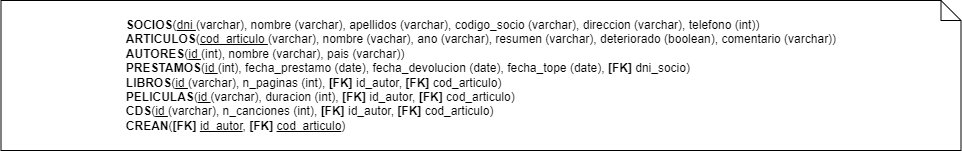
Earlier version of the draw.io export Ejercicio6/2_modelo_relacional.png (RobertoCarrera/rcsm-bc-bbdd-evolutivo-25_07_2023). Source tidied: cells renumbered, new cells last; positions are measured from the earlier drawing's top-left corner, leaving out a move shared by most shapes. The source it was exported from:
```xml
<mxGraphModel>
  <root>
    <mxCell id="0" />
    <mxCell id="1" parent="0" />
    <mxCell id="2" value="&lt;div style=&quot;text-align: justify;&quot;&gt;&lt;span style=&quot;background-color: initial;&quot;&gt;&lt;b&gt;SOCIOS&lt;/b&gt;(&lt;u&gt;dni &lt;/u&gt;(varchar), nombre (varchar), apellidos (varchar), codigo_socio (varchar), direccion (varchar), telefono (int))&lt;/span&gt;&lt;/div&gt;&lt;div style=&quot;text-align: justify;&quot;&gt;&lt;span style=&quot;background-color: initial;&quot;&gt;&lt;b&gt;ARTICULOS&lt;/b&gt;(&lt;u&gt;cod_articulo &lt;/u&gt;(varchar), nombre (vachar), ano (varchar), resumen (varchar), deteriorado (boolean), comentario (varchar))&lt;/span&gt;&lt;/div&gt;&lt;b style=&quot;border-color: var(--border-color);&quot;&gt;&lt;div style=&quot;text-align: left;&quot;&gt;&lt;b style=&quot;background-color: initial; border-color: var(--border-color);&quot;&gt;AUTORES&lt;/b&gt;&lt;span style=&quot;background-color: initial; font-weight: normal;&quot;&gt;(&lt;/span&gt;&lt;u style=&quot;background-color: initial; font-weight: normal; border-color: var(--border-color); text-align: justify;&quot;&gt;id&amp;nbsp;&lt;/u&gt;&lt;span style=&quot;background-color: initial; font-weight: normal; text-align: justify;&quot;&gt;(int), nombre (varchar), pais (varchar))&lt;/span&gt;&lt;/div&gt;&lt;/b&gt;&lt;div style=&quot;text-align: justify;&quot;&gt;&lt;span style=&quot;background-color: initial;&quot;&gt;&lt;b&gt;PRESTAMOS&lt;/b&gt;(&lt;u&gt;id &lt;/u&gt;(int), fecha_prestamo (date), fecha_devolucion (date), fecha_tope (date), &lt;b&gt;[FK]&lt;/b&gt; dni_socio)&lt;/span&gt;&lt;/div&gt;&lt;div style=&quot;text-align: justify;&quot;&gt;&lt;span style=&quot;background-color: initial;&quot;&gt;&lt;b&gt;LIBROS&lt;/b&gt;(&lt;u&gt;id &lt;/u&gt;(varchar), n_paginas (int), &lt;b&gt;[FK]&lt;/b&gt; id_autor, &lt;b&gt;[FK]&lt;/b&gt; cod_articulo)&lt;/span&gt;&lt;/div&gt;&lt;div style=&quot;text-align: justify;&quot;&gt;&lt;b&gt;PELICULAS&lt;/b&gt;(&lt;u&gt;id &lt;/u&gt;(varchar), duracion (int),&amp;nbsp;&lt;b style=&quot;text-align: left; background-color: initial; border-color: var(--border-color);&quot;&gt;[FK]&lt;/b&gt;&lt;span style=&quot;background-color: initial;&quot;&gt;&amp;nbsp;id_autor,&amp;nbsp;&lt;/span&gt;&lt;b style=&quot;background-color: initial; border-color: var(--border-color);&quot;&gt;[FK]&lt;/b&gt;&lt;span style=&quot;background-color: initial;&quot;&gt;&amp;nbsp;cod_articulo&lt;/span&gt;&lt;span style=&quot;background-color: initial;&quot;&gt;)&lt;/span&gt;&lt;/div&gt;&lt;div style=&quot;text-align: justify;&quot;&gt;&lt;b&gt;CDS&lt;/b&gt;(&lt;u&gt;id &lt;/u&gt;(varchar), n_canciones (int),&amp;nbsp;&lt;b style=&quot;text-align: left; background-color: initial; border-color: var(--border-color);&quot;&gt;[FK]&lt;/b&gt;&lt;span style=&quot;background-color: initial;&quot;&gt;&amp;nbsp;id_autor,&amp;nbsp;&lt;/span&gt;&lt;b style=&quot;background-color: initial; border-color: var(--border-color);&quot;&gt;[FK]&lt;/b&gt;&lt;span style=&quot;background-color: initial;&quot;&gt;&amp;nbsp;cod_articulo&lt;/span&gt;&lt;span style=&quot;background-color: initial;&quot;&gt;)&lt;/span&gt;&lt;/div&gt;&lt;div style=&quot;text-align: justify;&quot;&gt;&lt;b&gt;CREAN&lt;/b&gt;(&lt;b style=&quot;border-color: var(--border-color);&quot;&gt;[FK]&lt;/b&gt;&amp;nbsp;&lt;u&gt;id_autor&lt;/u&gt;,&amp;nbsp;&lt;b style=&quot;border-color: var(--border-color);&quot;&gt;[FK]&lt;/b&gt;&amp;nbsp;&lt;u&gt;cod_articulo&lt;/u&gt;)&lt;/div&gt;" style="shape=note;size=20;whiteSpace=wrap;html=1;align=center;" parent="1" vertex="1">
      <mxGeometry x="0.5" width="960" height="150" as="geometry" />
    </mxCell>
  </root>
</mxGraphModel>
```
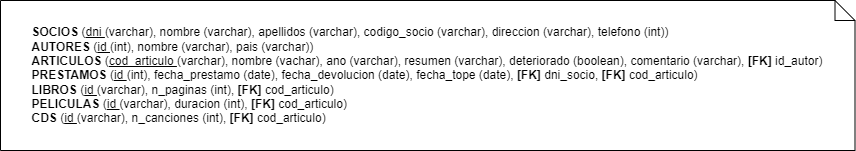
The same file after the commit.

What changed in the source:
```diff
@@ -2,8 +2,8 @@
   <root>
     <mxCell id="0" />
     <mxCell id="1" parent="0" />
-    <mxCell id="2" value="&lt;div style=&quot;text-align: justify;&quot;&gt;&lt;span style=&quot;background-color: initial;&quot;&gt;&lt;b&gt;SOCIOS&lt;/b&gt;(&lt;u&gt;dni &lt;/u&gt;(varchar), nombre (varchar), apellidos (varchar), codigo_socio (varchar), direccion (varchar), telefono (int))&lt;/span&gt;&lt;/div&gt;&lt;div style=&quot;text-align: justify;&quot;&gt;&lt;span style=&quot;background-color: initial;&quot;&gt;&lt;b&gt;ARTICULOS&lt;/b&gt;(&lt;u&gt;cod_articulo &lt;/u&gt;(varchar), nombre (vachar), ano (varchar), resumen (varchar), deteriorado (boolean), comentario (varchar))&lt;/span&gt;&lt;/div&gt;&lt;b style=&quot;border-color: var(--border-color);&quot;&gt;&lt;div style=&quot;text-align: left;&quot;&gt;&lt;b style=&quot;background-color: initial; border-color: var(--border-color);&quot;&gt;AUTORES&lt;/b&gt;&lt;span style=&quot;background-color: initial; font-weight: normal;&quot;&gt;(&lt;/span&gt;&lt;u style=&quot;background-color: initial; font-weight: normal; border-color: var(--border-color); text-align: justify;&quot;&gt;id&amp;nbsp;&lt;/u&gt;&lt;span style=&quot;background-color: initial; font-weight: normal; text-align: justify;&quot;&gt;(int), nombre (varchar), pais (varchar))&lt;/span&gt;&lt;/div&gt;&lt;/b&gt;&lt;div style=&quot;text-align: justify;&quot;&gt;&lt;span style=&quot;background-color: initial;&quot;&gt;&lt;b&gt;PRESTAMOS&lt;/b&gt;(&lt;u&gt;id &lt;/u&gt;(int), fecha_prestamo (date), fecha_devolucion (date), fecha_tope (date), &lt;b&gt;[FK]&lt;/b&gt; dni_socio)&lt;/span&gt;&lt;/div&gt;&lt;div style=&quot;text-align: justify;&quot;&gt;&lt;span style=&quot;background-color: initial;&quot;&gt;&lt;b&gt;LIBROS&lt;/b&gt;(&lt;u&gt;id &lt;/u&gt;(varchar), n_paginas (int), &lt;b&gt;[FK]&lt;/b&gt; id_autor, &lt;b&gt;[FK]&lt;/b&gt; cod_articulo)&lt;/span&gt;&lt;/div&gt;&lt;div style=&quot;text-align: justify;&quot;&gt;&lt;b&gt;PELICULAS&lt;/b&gt;(&lt;u&gt;id &lt;/u&gt;(varchar), duracion (int),&amp;nbsp;&lt;b style=&quot;text-align: left; background-color: initial; border-color: var(--border-color);&quot;&gt;[FK]&lt;/b&gt;&lt;span style=&quot;background-color: initial;&quot;&gt;&amp;nbsp;id_autor,&amp;nbsp;&lt;/span&gt;&lt;b style=&quot;background-color: initial; border-color: var(--border-color);&quot;&gt;[FK]&lt;/b&gt;&lt;span style=&quot;background-color: initial;&quot;&gt;&amp;nbsp;cod_articulo&lt;/span&gt;&lt;span style=&quot;background-color: initial;&quot;&gt;)&lt;/span&gt;&lt;/div&gt;&lt;div style=&quot;text-align: justify;&quot;&gt;&lt;b&gt;CDS&lt;/b&gt;(&lt;u&gt;id &lt;/u&gt;(varchar), n_canciones (int),&amp;nbsp;&lt;b style=&quot;text-align: left; background-color: initial; border-color: var(--border-color);&quot;&gt;[FK]&lt;/b&gt;&lt;span style=&quot;background-color: initial;&quot;&gt;&amp;nbsp;id_autor,&amp;nbsp;&lt;/span&gt;&lt;b style=&quot;background-color: initial; border-color: var(--border-color);&quot;&gt;[FK]&lt;/b&gt;&lt;span style=&quot;background-color: initial;&quot;&gt;&amp;nbsp;cod_articulo&lt;/span&gt;&lt;span style=&quot;background-color: initial;&quot;&gt;)&lt;/span&gt;&lt;/div&gt;&lt;div style=&quot;text-align: justify;&quot;&gt;&lt;b&gt;CREAN&lt;/b&gt;(&lt;b style=&quot;border-color: var(--border-color);&quot;&gt;[FK]&lt;/b&gt;&amp;nbsp;&lt;u&gt;id_autor&lt;/u&gt;,&amp;nbsp;&lt;b style=&quot;border-color: var(--border-color);&quot;&gt;[FK]&lt;/b&gt;&amp;nbsp;&lt;u&gt;cod_articulo&lt;/u&gt;)&lt;/div&gt;" style="shape=note;size=20;whiteSpace=wrap;html=1;align=center;" parent="1" vertex="1">
-      <mxGeometry x="0.5" width="960" height="150" as="geometry" />
+    <mxCell id="2" value="&lt;div style=&quot;text-align: left;&quot;&gt;&lt;span style=&quot;background-color: initial;&quot;&gt;&lt;b&gt;SOCIOS&amp;nbsp;&lt;/b&gt;(&lt;u&gt;dni &lt;/u&gt;(varchar), nombre (varchar), apellidos (varchar), codigo_socio (varchar), direccion (varchar), telefono (int))&lt;/span&gt;&lt;/div&gt;&lt;b style=&quot;border-color: var(--border-color); background-color: initial;&quot;&gt;&lt;div style=&quot;text-align: left;&quot;&gt;&lt;b style=&quot;background-color: initial; border-color: var(--border-color);&quot;&gt;AUTORES&amp;nbsp;&lt;/b&gt;&lt;span style=&quot;background-color: initial; font-weight: normal;&quot;&gt;(&lt;/span&gt;&lt;u style=&quot;background-color: initial; font-weight: normal; border-color: var(--border-color);&quot;&gt;id&amp;nbsp;&lt;/u&gt;&lt;span style=&quot;background-color: initial; font-weight: normal; border-color: var(--border-color);&quot;&gt;(int), nombre (varchar), pais (varchar))&lt;/span&gt;&lt;/div&gt;&lt;/b&gt;&lt;div style=&quot;text-align: left;&quot;&gt;&lt;span style=&quot;background-color: initial;&quot;&gt;&lt;b&gt;ARTICULOS&amp;nbsp;&lt;/b&gt;(&lt;u&gt;cod_articulo &lt;/u&gt;(varchar), nombre (vachar), ano (varchar), resumen (varchar), deteriorado (boolean), comentario (varchar), &lt;b&gt;[FK] &lt;/b&gt;id_autor)&lt;/span&gt;&lt;/div&gt;&lt;div style=&quot;text-align: left;&quot;&gt;&lt;span style=&quot;background-color: initial;&quot;&gt;&lt;b&gt;PRESTAMOS&amp;nbsp;&lt;/b&gt;(&lt;u&gt;id &lt;/u&gt;(int), fecha_prestamo (date), fecha_devolucion (date), fecha_tope (date), &lt;b&gt;[FK]&lt;/b&gt; dni_socio, &lt;b&gt;[FK]&amp;nbsp;&lt;/b&gt;cod_articulo)&lt;/span&gt;&lt;/div&gt;&lt;div style=&quot;text-align: left;&quot;&gt;&lt;span style=&quot;background-color: initial;&quot;&gt;&lt;b&gt;LIBROS&amp;nbsp;&lt;/b&gt;(&lt;u&gt;id &lt;/u&gt;(varchar), n_paginas (int),&amp;nbsp;&lt;b&gt;[FK]&lt;/b&gt; cod_articulo)&lt;/span&gt;&lt;/div&gt;&lt;div style=&quot;text-align: left;&quot;&gt;&lt;b&gt;PELICULAS&amp;nbsp;&lt;/b&gt;(&lt;u&gt;id &lt;/u&gt;(varchar), duracion (int),&amp;nbsp;&lt;b style=&quot;background-color: initial; border-color: var(--border-color);&quot;&gt;[FK]&lt;/b&gt;&lt;span style=&quot;background-color: initial;&quot;&gt;&amp;nbsp;cod_articulo&lt;/span&gt;&lt;span style=&quot;background-color: initial;&quot;&gt;)&lt;/span&gt;&lt;/div&gt;&lt;div style=&quot;text-align: left;&quot;&gt;&lt;b&gt;CDS&amp;nbsp;&lt;/b&gt;(&lt;u&gt;id &lt;/u&gt;(varchar), n_canciones (int),&amp;nbsp;&lt;b style=&quot;background-color: initial; border-color: var(--border-color);&quot;&gt;[FK]&amp;nbsp;&lt;/b&gt;&lt;span style=&quot;background-color: initial;&quot;&gt;cod_articulo&lt;/span&gt;&lt;span style=&quot;background-color: initial;&quot;&gt;)&lt;br&gt;&lt;/span&gt;&lt;/div&gt;" style="shape=note;size=20;whiteSpace=wrap;html=1;align=center;" parent="1" vertex="1">
+      <mxGeometry x="0.5" width="854.5" height="150" as="geometry" />
     </mxCell>
   </root>
 </mxGraphModel>
```
